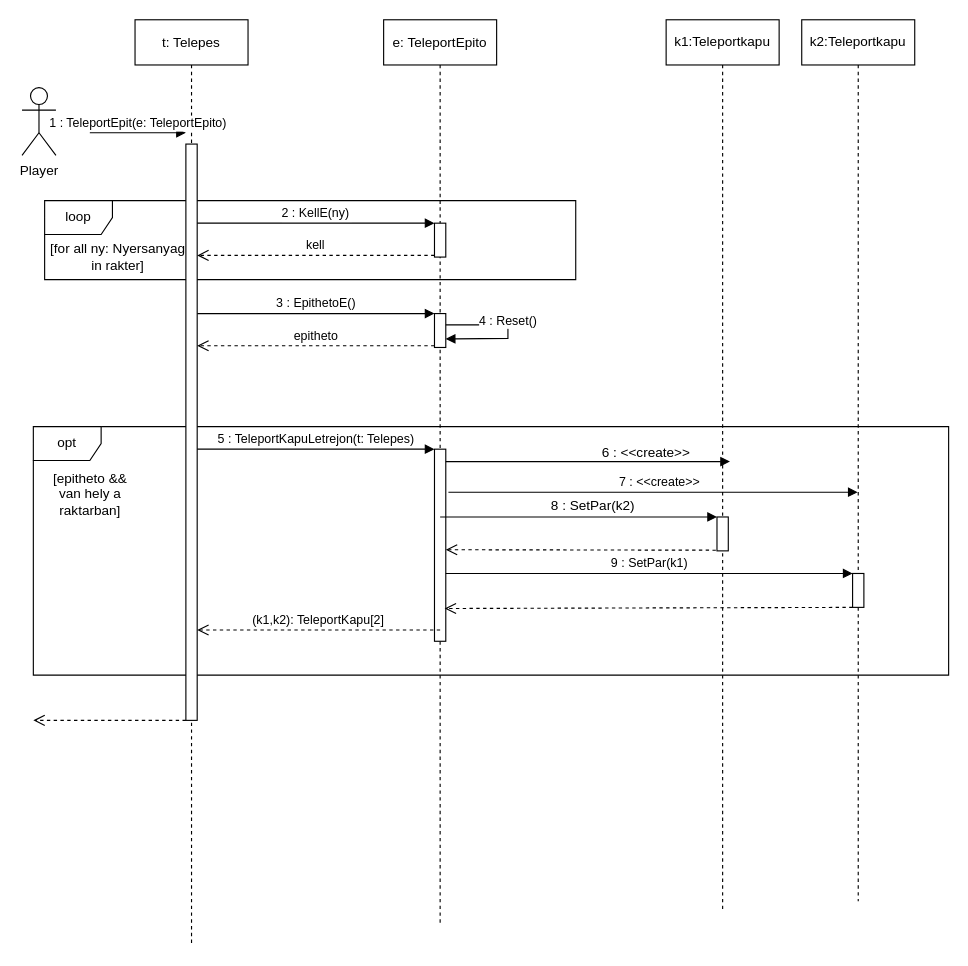
Earlier version of the draw.io diagram page "RÉGI" (2 of 2) of doc/uml/szekvencia_teleportEpit.drawio (torpeBoiGo/aszteroidabanyaszat). Source tidied: cells renumbered, new cells numbered last; positions are measured from the earlier drawing's top-left corner, leaving out a move shared by most shapes. Both pictures are drawn from the tidied source at 113%, with x=0, y=0 at pixel (21, 19).
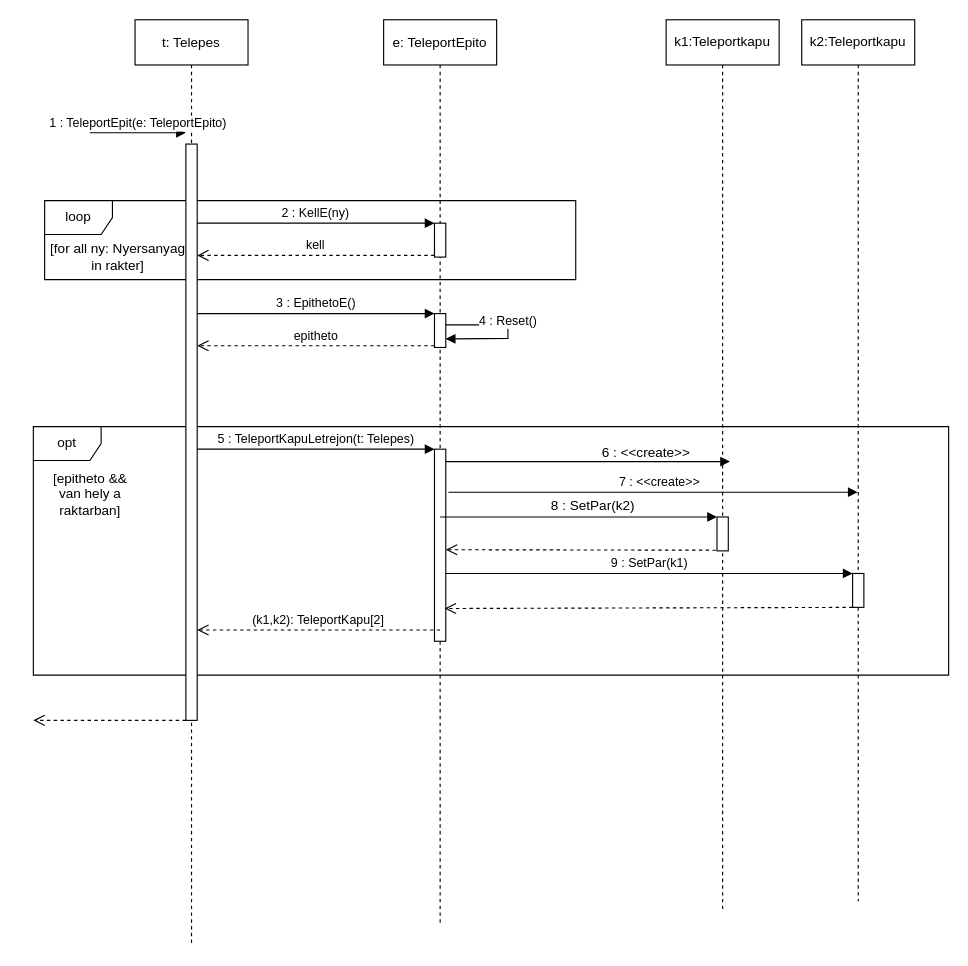
The same page after the edit.

Change to the diagram source:
```diff
@@
-    <mxCell id="33" value="Player" style="shape=umlActor;verticalLabelPosition=bottom;verticalAlign=top;html=1;" parent="1" vertex="1">
-      <mxGeometry y="60" width="30" height="60" as="geometry" />
-    </mxCell>
```
